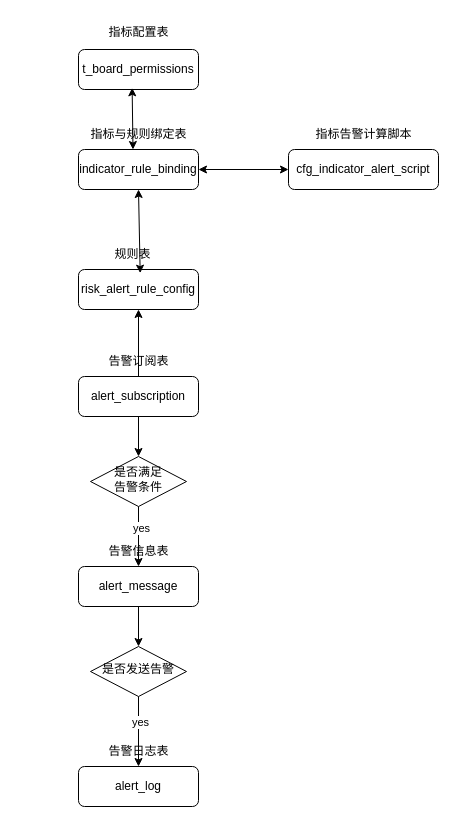
Before: 告警图关系.drawio in 15973217290/my_rep01, a draw.io diagram. Source tidied: cells renumbered, new cells numbered last; positions are measured from the earlier drawing's top-left corner, leaving out a move shared by most shapes. Both pictures are drawn from the tidied source at 100%, with x=0, y=0 at pixel (78, 17).
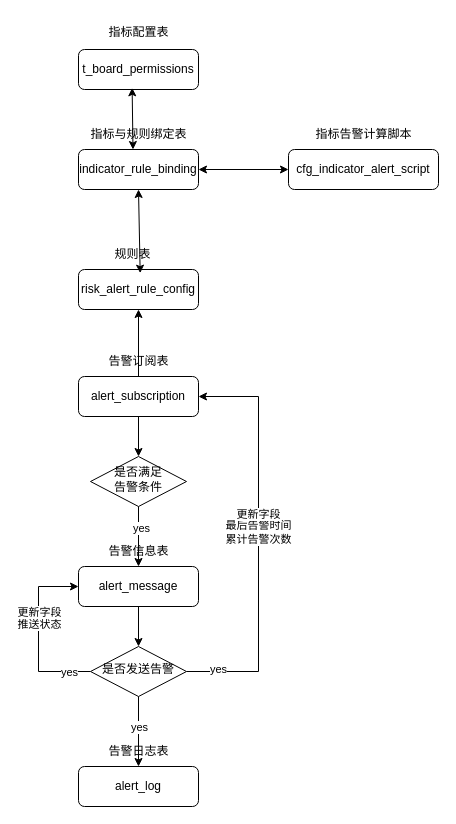
Above is the later version.

Commit message (it also covers changes not shown here):
更新告警图关系.drawio

The change refers to these unchanged cells:
```xml
<mxCell id="4" value="alert_message" style="rounded=1;whiteSpace=wrap;html=1;fontSize=12;glass=0;strokeWidth=1;shadow=0;" parent="1" vertex="1">
  <mxGeometry y="549" width="120" height="40" as="geometry" />
</mxCell>
<mxCell id="10" value="alert_subscription" style="rounded=1;whiteSpace=wrap;html=1;fontSize=12;glass=0;strokeWidth=1;shadow=0;" parent="1" vertex="1">
  <mxGeometry y="359" width="120" height="40" as="geometry" />
</mxCell>
<mxCell id="21" value="是否发送告警" style="rhombus;whiteSpace=wrap;html=1;shadow=0;fontFamily=Helvetica;fontSize=12;align=center;strokeWidth=1;spacing=6;spacingTop=-4;" parent="1" vertex="1">
  <mxGeometry x="12" y="629" width="96" height="50" as="geometry" />
</mxCell>
<mxCell id="23" style="endArrow=classic;html=1;rounded=0;exitX=0.5;exitY=1;exitDx=0;exitDy=0;" parent="1" edge="1" source="21">
  <mxGeometry relative="1" as="geometry">
    <mxPoint x="60" y="749" as="targetPoint" />
  </mxGeometry>
</mxCell>
```

Change to the diagram source:
```diff
@@
+    <mxCell id="28" style="edgeStyle=orthogonalEdgeStyle;rounded=0;jettySize=auto;html=1;exitX=1;exitY=0.5;exitDx=0;exitDy=0;entryX=1;entryY=0.5;entryDx=0;entryDy=0;" parent="1" edge="1" source="21" target="10">
+      <mxGeometry relative="1" as="geometry">
+        <Array as="points">
+          <mxPoint x="180" y="654" />
+          <mxPoint x="180" y="379" />
+        </Array>
+      </mxGeometry>
+    </mxCell>
+    <mxCell id="29" value="最后告警时间&lt;br&gt;累计告警次数" style="edgeLabel;html=1;align=center;verticalAlign=middle;" parent="28" vertex="1">
+      <mxGeometry x="0.04" y="1" relative="1" as="geometry" />
+    </mxCell>
+    <mxCell id="30" value="yes" style="edgeLabel;html=1;align=center;verticalAlign=middle;" parent="28" vertex="1">
+      <mxGeometry x="-0.91" y="3" relative="1" as="geometry">
+        <mxPoint x="13" as="offset" />
+      </mxGeometry>
+    </mxCell>
+    <mxCell id="31" value="更新字段" style="edgeLabel;html=1;align=center;verticalAlign=middle;" parent="28" vertex="1">
+      <mxGeometry x="0.13" y="1" relative="1" as="geometry" />
+    </mxCell>
+    <mxCell id="32" style="edgeStyle=orthogonalEdgeStyle;rounded=0;jettySize=auto;html=1;exitX=0;exitY=0.5;exitDx=0;exitDy=0;entryX=0;entryY=0.5;entryDx=0;entryDy=0;" parent="1" edge="1" source="21" target="4">
+      <mxGeometry relative="1" as="geometry">
+        <Array as="points">
+          <mxPoint x="-40" y="654" />
+          <mxPoint x="-40" y="569" />
+        </Array>
+      </mxGeometry>
+    </mxCell>
+    <mxCell id="33" value="yes" style="edgeLabel;html=1;align=center;verticalAlign=middle;" parent="32" vertex="1">
+      <mxGeometry x="-0.8" y="-1" relative="1" as="geometry">
+        <mxPoint x="-4" y="1" as="offset" />
+      </mxGeometry>
+    </mxCell>
+    <mxCell id="34" value="推送状态" style="edgeLabel;html=1;align=center;verticalAlign=middle;" parent="32" vertex="1">
+      <mxGeometry x="0.13" y="3" relative="1" as="geometry">
+        <mxPoint x="3" as="offset" />
+      </mxGeometry>
+    </mxCell>
+    <mxCell id="35" value="更新字段" style="edgeLabel;html=1;align=center;verticalAlign=middle;" parent="32" vertex="1">
+      <mxGeometry x="0.26" relative="1" as="geometry" />
+    </mxCell>
@@
     <mxCell id="24" value="yes" style="edgeLabel;html=1;align=center;verticalAlign=middle;" parent="23" vertex="1">
-      <mxGeometry x="-0.29" y="1" relative="1" as="geometry" />
+      <mxGeometry x="-0.29" y="1" relative="1" as="geometry">
+        <mxPoint x="-1" y="5" as="offset" />
+      </mxGeometry>
     </mxCell>
```
